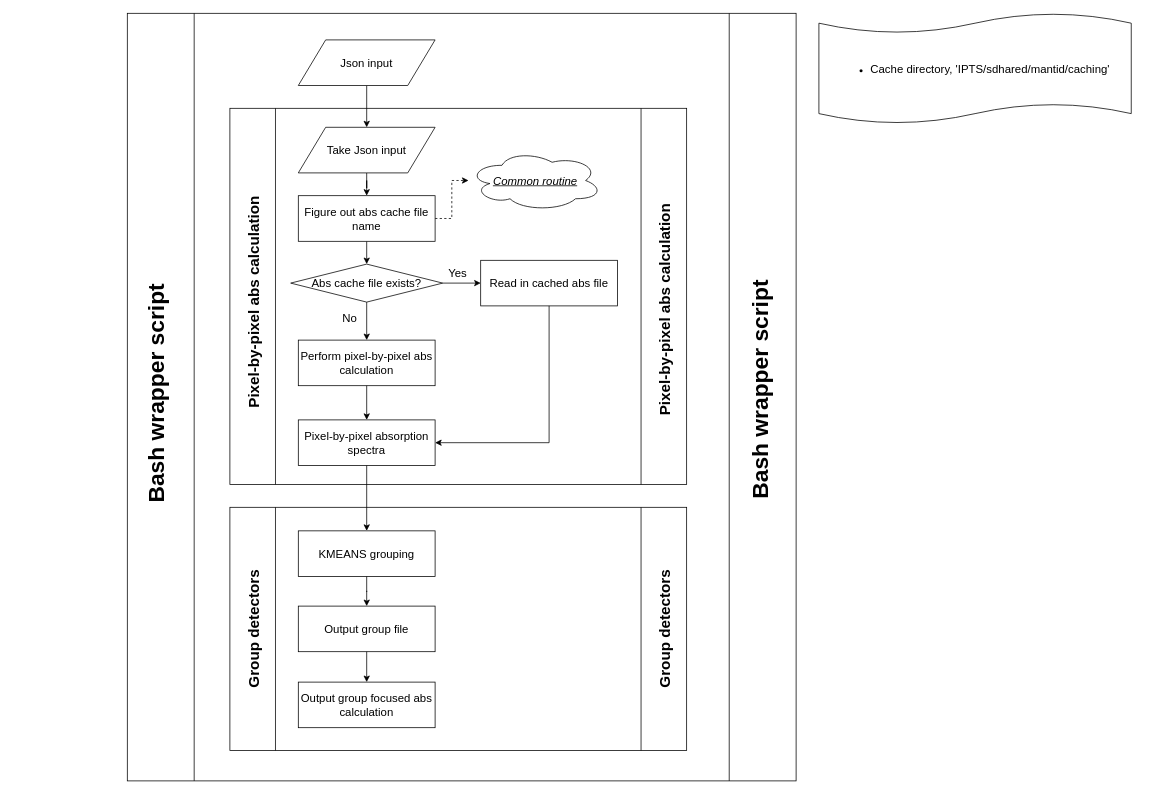
Before: Dev/2023/MTS/Abs_pre-calc.dio in Kvieta1990/Working_Proj, a draw.io diagram. Source tidied: cells renumbered, new cells numbered last; positions are measured from the earlier drawing's top-left corner, leaving out a move shared by most shapes. Both pictures are drawn from the tidied source at 76%, with x=0, y=0 at pixel (13, 13).
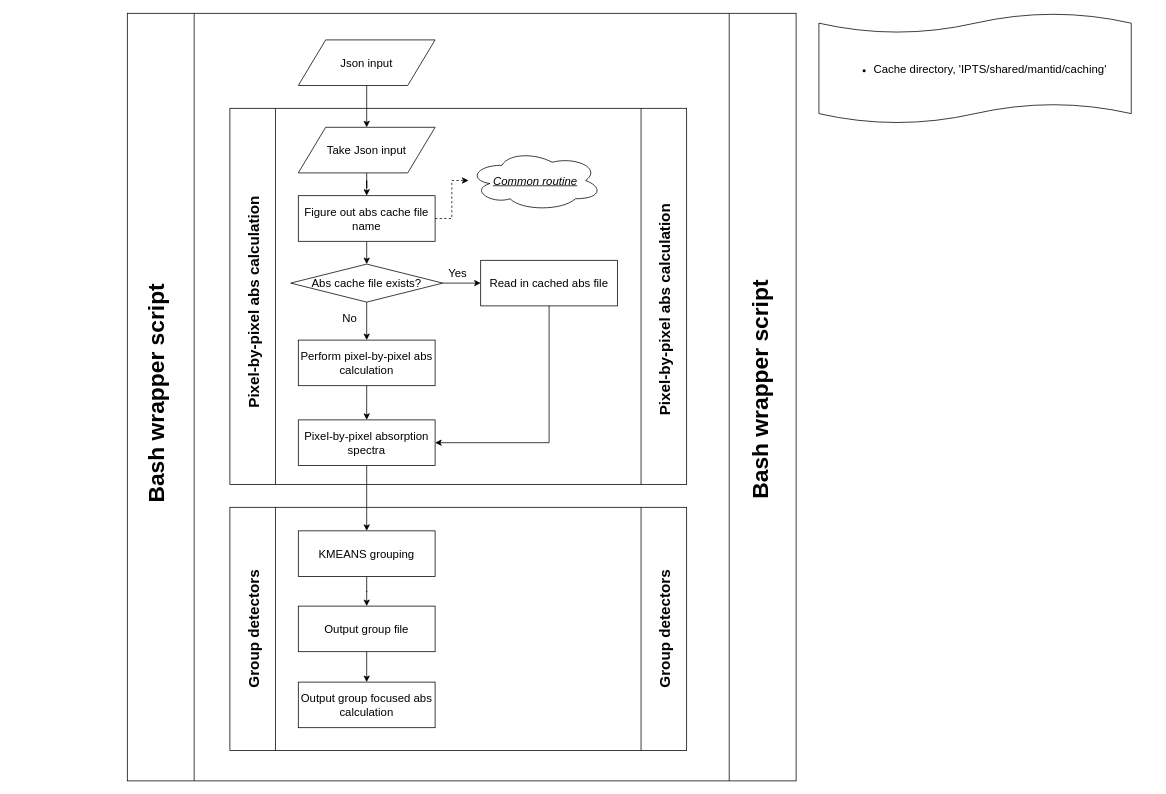
The same page after the edit.

The change refers to these unchanged cells:
```xml
<mxCell id="3" style="group;" parent="2" vertex="1">
  <mxGeometry width="1500" height="1010" as="geometry" />
</mxCell>
```

The edit, as a diff of the source:
```diff
@@
-    <mxCell id="38" value="&lt;div style=&quot;text-align: left&quot;&gt;&lt;ul&gt;&lt;li&gt;&lt;font style=&quot;font-size: 15px&quot;&gt;Cache directory, 'IPTS/sdhared/mantid/caching'&lt;/font&gt;&lt;/li&gt;&lt;/ul&gt;&lt;/div&gt;" style="shape=tape;whiteSpace=wrap;html=1;size=0.1793103448275862;" parent="3" vertex="1">
+    <mxCell id="38" value="&lt;div style=&quot;text-align: left&quot;&gt;&lt;ul&gt;&lt;li&gt;&lt;font style=&quot;font-size: 15px&quot;&gt;Cache directory, 'IPTS/shared/mantid/caching'&lt;/font&gt;&lt;/li&gt;&lt;/ul&gt;&lt;/div&gt;" style="shape=tape;whiteSpace=wrap;html=1;size=0.1793103448275862;" parent="3" vertex="1">
       <mxGeometry x="1060" width="411" height="145" as="geometry" />
     </mxCell>
```
